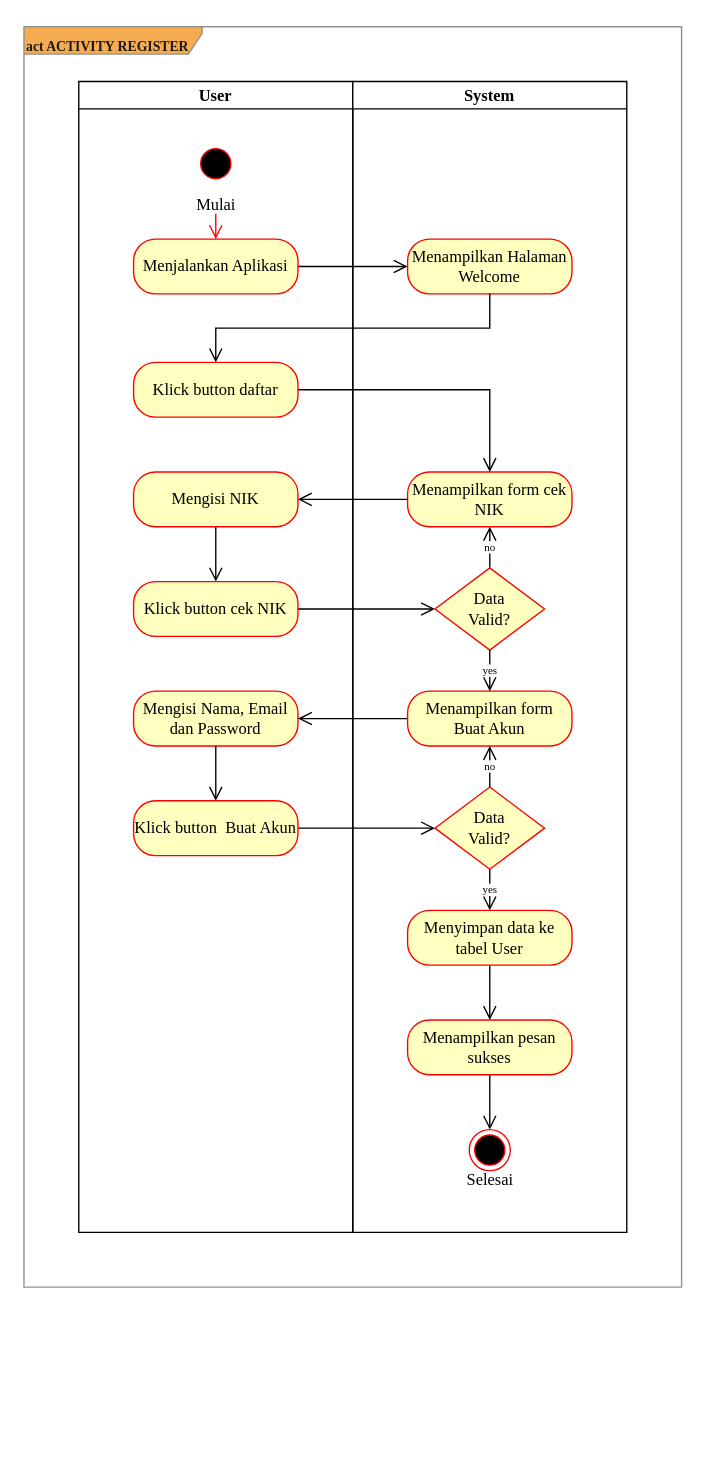
Earlier version of the draw.io diagram page "act-register" (1 of 2) of saga-activity-diagram-register.drawio (AkbarMarunduri/Saga-Diagram). Source tidied: cells renumbered, new cells numbered last; positions are measured from the earlier drawing's top-left corner, leaving out a move shared by most shapes. Both pictures are drawn from the tidied source at 137%, with x=0, y=0 at pixel (23, 26).
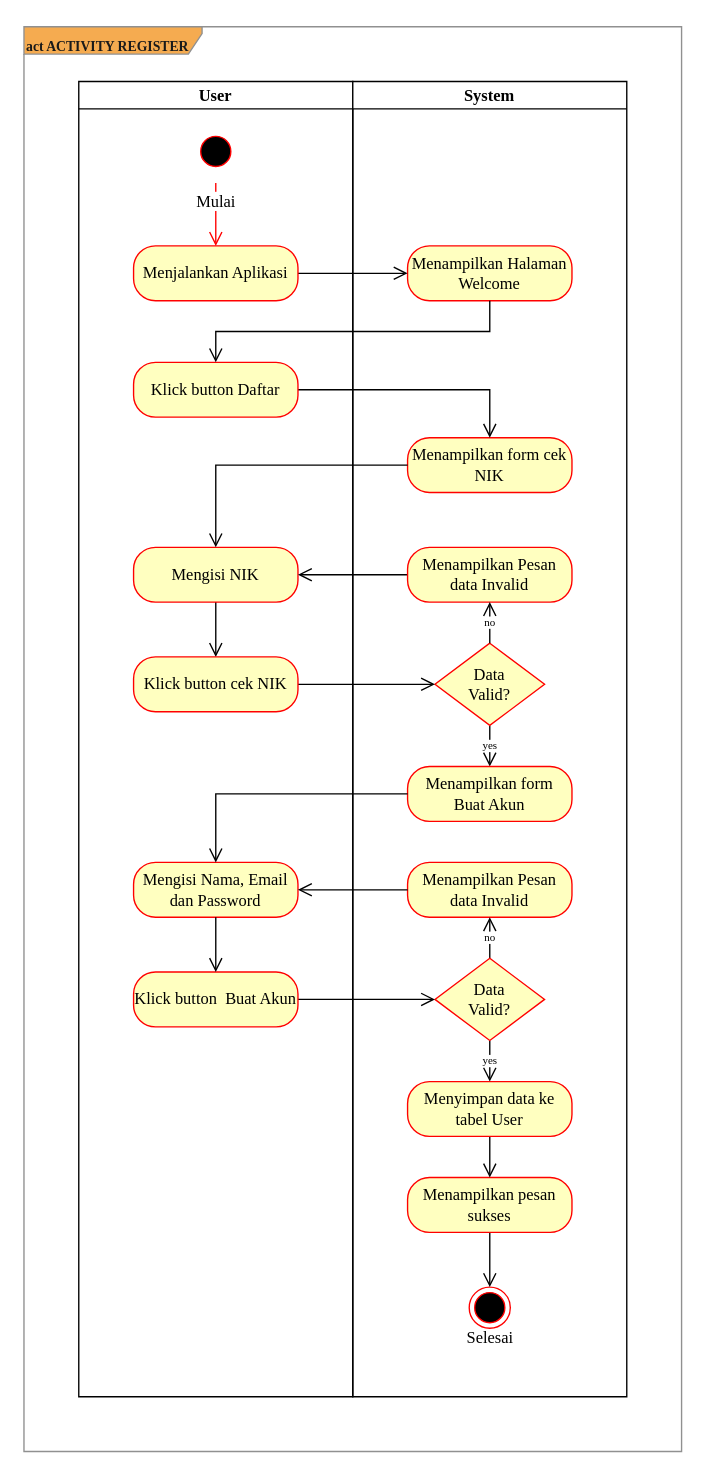
Above is the later version.

The edit, as a diff of the source:
```diff
@@
     <mxCell id="2" value="&lt;font size=&quot;1&quot;&gt;&lt;b&gt;act ACTIVITY REGISTER&lt;/b&gt;&lt;/font&gt;" style="shape=umlFrame;whiteSpace=wrap;html=1;hachureGap=4;fontFamily=Times New Roman;fontSize=20;width=130;height=20;fillColor=#F5AB50;strokeColor=#909090;fontColor=#1A1A1A;align=left;" parent="1" vertex="1">
-      <mxGeometry width="480" height="920" as="geometry" />
+      <mxGeometry width="480" height="1040" as="geometry" />
     </mxCell>
     <mxCell id="3" value="User" style="swimlane;startSize=20;hachureGap=4;fontFamily=Times New Roman;fontSize=12;align=center;" parent="1" vertex="1">
-      <mxGeometry x="40" y="40" width="200" height="840" as="geometry" />
+      <mxGeometry x="40" y="40" width="200" height="960" as="geometry" />
     </mxCell>
     <mxCell id="4" style="ellipse;html=1;shape=startState;fillColor=#000000;strokeColor=#ff0000;hachureGap=4;fontFamily=Times New Roman;fontSize=12;align=center;" parent="3" vertex="1">
-      <mxGeometry x="85" y="45" width="30" height="30" as="geometry" />
+      <mxGeometry x="85" y="36" width="30" height="30" as="geometry" />
     </mxCell>
-    <mxCell id="5" value="Mengisi Nama, Email dan Password" style="rounded=1;whiteSpace=wrap;html=1;arcSize=40;fontColor=#000000;fillColor=#ffffc0;strokeColor=#ff0000;hachureGap=4;fontFamily=Times New Roman;fontSize=12;align=center;" parent="3" vertex="1">
-      <mxGeometry x="40" y="445" width="120" height="40" as="geometry" />
-    </mxCell>
     <mxCell id="6" value="System" style="swimlane;startSize=20;hachureGap=4;fontFamily=Times New Roman;fontSize=12;align=center;" parent="1" vertex="1">
-      <mxGeometry x="240" y="40" width="200" height="840" as="geometry" />
+      <mxGeometry x="240" y="40" width="200" height="960" as="geometry" />
     </mxCell>
     <mxCell id="7" value="Menampilkan Halaman Welcome" style="rounded=1;whiteSpace=wrap;html=1;arcSize=40;fontColor=#000000;fillColor=#ffffc0;strokeColor=#ff0000;hachureGap=4;fontFamily=Times New Roman;fontSize=12;align=center;" parent="6" vertex="1">
-      <mxGeometry x="40" y="115" width="120" height="40" as="geometry" />
+      <mxGeometry x="40" y="120" width="120" height="40" as="geometry" />
     </mxCell>
     <mxCell id="8" value="Menampilkan form cek NIK" style="rounded=1;whiteSpace=wrap;html=1;arcSize=40;fontColor=#000000;fillColor=#ffffc0;strokeColor=#ff0000;hachureGap=4;fontFamily=Times New Roman;fontSize=12;align=center;" parent="6" vertex="1">
-      <mxGeometry x="40" y="285" width="120" height="40" as="geometry" />
+      <mxGeometry x="40" y="260" width="120" height="40" as="geometry" />
     </mxCell>
-    <mxCell id="9" value="no" style="edgeStyle=orthogonalEdgeStyle;rounded=0;hachureGap=4;jettySize=auto;html=1;exitX=0.5;exitY=0;exitDx=0;exitDy=0;entryX=0.5;entryY=1;entryDx=0;entryDy=0;fontFamily=Times New Roman;fontSize=8;endArrow=open;startSize=14;endSize=8;sourcePerimeterSpacing=8;targetPerimeterSpacing=8;" parent="6" edge="1" source="10" target="8">
-      <mxGeometry relative="1" as="geometry" />
-    </mxCell>
+    <mxCell id="32" value="yes" style="edgeStyle=orthogonalEdgeStyle;rounded=0;hachureGap=4;jettySize=auto;html=1;exitX=0.5;exitY=1;exitDx=0;exitDy=0;entryX=0.5;entryY=0;entryDx=0;entryDy=0;fontFamily=Times New Roman;fontSize=8;endArrow=open;startSize=14;endSize=8;sourcePerimeterSpacing=8;targetPerimeterSpacing=8;" parent="6" edge="1" source="10" target="24">
+      <mxGeometry relative="1" as="geometry" />
+    </mxCell>
     <mxCell id="10" value="Data &lt;br&gt;Valid?" style="rhombus;whiteSpace=wrap;html=1;fillColor=#ffffc0;strokeColor=#ff0000;hachureGap=4;fontFamily=Times New Roman;fontSize=12;align=center;" parent="6" vertex="1">
-      <mxGeometry x="60" y="355" width="80" height="60" as="geometry" />
+      <mxGeometry x="60" y="410" width="80" height="60" as="geometry" />
     </mxCell>
-    <mxCell id="11" value="Data &lt;br&gt;Valid?" style="rhombus;whiteSpace=wrap;html=1;fillColor=#ffffc0;strokeColor=#ff0000;hachureGap=4;fontFamily=Times New Roman;fontSize=12;align=center;" parent="6" vertex="1">
-      <mxGeometry x="60" y="515" width="80" height="60" as="geometry" />
-    </mxCell>
-    <mxCell id="12" style="edgeStyle=orthogonalEdgeStyle;rounded=0;hachureGap=4;jettySize=auto;html=1;exitX=0.5;exitY=1;exitDx=0;exitDy=0;entryX=0.5;entryY=0;entryDx=0;entryDy=0;fontFamily=Times New Roman;fontSize=8;endArrow=open;startSize=14;endSize=8;sourcePerimeterSpacing=8;targetPerimeterSpacing=8;" parent="6" edge="1" source="13" target="14">
-      <mxGeometry relative="1" as="geometry" />
-    </mxCell>
-    <mxCell id="13" value="Menampilkan pesan sukses" style="rounded=1;whiteSpace=wrap;html=1;arcSize=40;fontColor=#000000;fillColor=#ffffc0;strokeColor=#ff0000;hachureGap=4;fontFamily=Times New Roman;fontSize=12;align=center;" parent="6" vertex="1">
-      <mxGeometry x="40" y="685" width="120" height="40" as="geometry" />
-    </mxCell>
+    <mxCell id="24" value="Menampilkan form Buat Akun" style="rounded=1;whiteSpace=wrap;html=1;arcSize=40;fontColor=#000000;fillColor=#ffffc0;strokeColor=#ff0000;hachureGap=4;fontFamily=Times New Roman;fontSize=12;align=center;" parent="6" vertex="1">
+      <mxGeometry x="40" y="500" width="120" height="40" as="geometry" />
+    </mxCell>
+    <mxCell id="36" value="Menampilkan Pesan data Invalid" style="rounded=1;whiteSpace=wrap;html=1;arcSize=40;fontColor=#000000;fillColor=#ffffc0;strokeColor=#ff0000;hachureGap=4;fontFamily=Times New Roman;fontSize=12;align=center;" parent="6" vertex="1">
+      <mxGeometry x="40" y="570" width="120" height="40" as="geometry" />
+    </mxCell>
     <mxCell id="14" value="&lt;br&gt;&lt;br&gt;&lt;br&gt;Selesai" style="ellipse;html=1;shape=endState;fillColor=#000000;strokeColor=#ff0000;hachureGap=4;fontFamily=Times New Roman;fontSize=12;align=center;" parent="6" vertex="1">
-      <mxGeometry x="85" y="765" width="30" height="30" as="geometry" />
+      <mxGeometry x="85" y="880" width="30" height="30" as="geometry" />
     </mxCell>
@@
     <mxCell id="16" value="Menjalankan Aplikasi" style="rounded=1;whiteSpace=wrap;html=1;arcSize=40;fontColor=#000000;fillColor=#ffffc0;strokeColor=#ff0000;hachureGap=4;fontFamily=Times New Roman;fontSize=12;align=center;" parent="1" vertex="1">
-      <mxGeometry x="80" y="155" width="120" height="40" as="geometry" />
+      <mxGeometry x="80" y="160" width="120" height="40" as="geometry" />
     </mxCell>
@@
-    <mxCell id="18" value="Klick button daftar" style="rounded=1;whiteSpace=wrap;html=1;arcSize=40;fontColor=#000000;fillColor=#ffffc0;strokeColor=#ff0000;hachureGap=4;fontFamily=Times New Roman;fontSize=12;align=center;" parent="1" vertex="1">
+    <mxCell id="18" value="Klick button Daftar" style="rounded=1;whiteSpace=wrap;html=1;arcSize=40;fontColor=#000000;fillColor=#ffffc0;strokeColor=#ff0000;hachureGap=4;fontFamily=Times New Roman;fontSize=12;align=center;" parent="1" vertex="1">
       <mxGeometry x="80" y="245" width="120" height="40" as="geometry" />
     </mxCell>
@@
     <mxCell id="20" value="Mengisi NIK" style="rounded=1;whiteSpace=wrap;html=1;arcSize=40;fontColor=#000000;fillColor=#ffffc0;strokeColor=#ff0000;hachureGap=4;fontFamily=Times New Roman;fontSize=12;align=center;" parent="1" vertex="1">
-      <mxGeometry x="80" y="325" width="120" height="40" as="geometry" />
+      <mxGeometry x="80" y="380" width="120" height="40" as="geometry" />
     </mxCell>
@@
     <mxCell id="22" value="Klick button&amp;nbsp;cek NIK" style="rounded=1;whiteSpace=wrap;html=1;arcSize=40;fontColor=#000000;fillColor=#ffffc0;strokeColor=#ff0000;hachureGap=4;fontFamily=Times New Roman;fontSize=12;align=center;" parent="1" vertex="1">
-      <mxGeometry x="80" y="405" width="120" height="40" as="geometry" />
+      <mxGeometry x="80" y="460" width="120" height="40" as="geometry" />
     </mxCell>
-    <mxCell id="23" style="edgeStyle=orthogonalEdgeStyle;rounded=0;hachureGap=4;jettySize=auto;html=1;exitX=0;exitY=0.5;exitDx=0;exitDy=0;entryX=1;entryY=0.5;entryDx=0;entryDy=0;fontFamily=Times New Roman;fontSize=8;endArrow=open;startSize=14;endSize=8;sourcePerimeterSpacing=8;targetPerimeterSpacing=8;" parent="1" edge="1" source="24" target="5">
-      <mxGeometry relative="1" as="geometry" />
-    </mxCell>
-    <mxCell id="24" value="Menampilkan form Buat Akun" style="rounded=1;whiteSpace=wrap;html=1;arcSize=40;fontColor=#000000;fillColor=#ffffc0;strokeColor=#ff0000;hachureGap=4;fontFamily=Times New Roman;fontSize=12;align=center;" parent="1" vertex="1">
-      <mxGeometry x="280" y="485" width="120" height="40" as="geometry" />
-    </mxCell>
+    <mxCell id="29" value="Mulai" style="edgeStyle=orthogonalEdgeStyle;html=1;verticalAlign=bottom;endArrow=open;endSize=8;strokeColor=#ff0000;rounded=0;hachureGap=4;fontFamily=Times New Roman;fontSize=12;sourcePerimeterSpacing=8;targetPerimeterSpacing=8;curved=1;entryX=0.5;entryY=0;entryDx=0;entryDy=0;" parent="1" edge="1" source="4" target="16">
+      <mxGeometry relative="1" as="geometry" />
+    </mxCell>
+    <mxCell id="30" style="edgeStyle=orthogonalEdgeStyle;rounded=0;hachureGap=4;jettySize=auto;html=1;exitX=0.5;exitY=1;exitDx=0;exitDy=0;entryX=0.5;entryY=0;entryDx=0;entryDy=0;fontFamily=Times New Roman;fontSize=8;endArrow=open;startSize=14;endSize=8;sourcePerimeterSpacing=8;targetPerimeterSpacing=8;" parent="1" edge="1" source="7" target="18">
+      <mxGeometry relative="1" as="geometry" />
+    </mxCell>
+    <mxCell id="5" value="Mengisi Nama, Email dan Password" style="rounded=1;whiteSpace=wrap;html=1;arcSize=40;fontColor=#000000;fillColor=#ffffc0;strokeColor=#ff0000;hachureGap=4;fontFamily=Times New Roman;fontSize=12;align=center;" parent="1" vertex="1">
+      <mxGeometry x="80" y="610" width="120" height="40" as="geometry" />
+    </mxCell>
+    <mxCell id="37" value="no" style="edgeStyle=orthogonalEdgeStyle;rounded=0;hachureGap=4;jettySize=auto;html=1;exitX=0.5;exitY=0;exitDx=0;exitDy=0;entryX=0.5;entryY=1;entryDx=0;entryDy=0;fontFamily=Times New Roman;fontSize=8;endArrow=open;startSize=14;endSize=8;sourcePerimeterSpacing=8;targetPerimeterSpacing=8;" parent="1" edge="1" source="11" target="36">
+      <mxGeometry relative="1" as="geometry" />
+    </mxCell>
+    <mxCell id="35" value="yes" style="edgeStyle=orthogonalEdgeStyle;rounded=0;hachureGap=4;jettySize=auto;html=1;exitX=0.5;exitY=1;exitDx=0;exitDy=0;entryX=0.5;entryY=0;entryDx=0;entryDy=0;fontFamily=Times New Roman;fontSize=8;endArrow=open;startSize=14;endSize=8;sourcePerimeterSpacing=8;targetPerimeterSpacing=8;" parent="1" edge="1" source="11" target="28">
+      <mxGeometry relative="1" as="geometry" />
+    </mxCell>
+    <mxCell id="11" value="Data &lt;br&gt;Valid?" style="rhombus;whiteSpace=wrap;html=1;fillColor=#ffffc0;strokeColor=#ff0000;hachureGap=4;fontFamily=Times New Roman;fontSize=12;align=center;" parent="1" vertex="1">
+      <mxGeometry x="300" y="680" width="80" height="60" as="geometry" />
+    </mxCell>
+    <mxCell id="12" style="edgeStyle=orthogonalEdgeStyle;rounded=0;hachureGap=4;jettySize=auto;html=1;exitX=0.5;exitY=1;exitDx=0;exitDy=0;entryX=0.5;entryY=0;entryDx=0;entryDy=0;fontFamily=Times New Roman;fontSize=8;endArrow=open;startSize=14;endSize=8;sourcePerimeterSpacing=8;targetPerimeterSpacing=8;" parent="1" edge="1" source="13" target="14">
+      <mxGeometry relative="1" as="geometry" />
+    </mxCell>
+    <mxCell id="13" value="Menampilkan pesan sukses" style="rounded=1;whiteSpace=wrap;html=1;arcSize=40;fontColor=#000000;fillColor=#ffffc0;strokeColor=#ff0000;hachureGap=4;fontFamily=Times New Roman;fontSize=12;align=center;" parent="1" vertex="1">
+      <mxGeometry x="280" y="840" width="120" height="40" as="geometry" />
+    </mxCell>
@@
     <mxCell id="26" value="Klick button&amp;nbsp; Buat Akun" style="rounded=1;whiteSpace=wrap;html=1;arcSize=40;fontColor=#000000;fillColor=#ffffc0;strokeColor=#ff0000;hachureGap=4;fontFamily=Times New Roman;fontSize=12;align=center;" parent="1" vertex="1">
-      <mxGeometry x="80" y="565" width="120" height="40" as="geometry" />
+      <mxGeometry x="80" y="690" width="120" height="40" as="geometry" />
     </mxCell>
@@
     <mxCell id="28" value="Menyimpan data ke tabel User" style="rounded=1;whiteSpace=wrap;html=1;arcSize=40;fontColor=#000000;fillColor=#ffffc0;strokeColor=#ff0000;hachureGap=4;fontFamily=Times New Roman;fontSize=12;align=center;" parent="1" vertex="1">
-      <mxGeometry x="280" y="645" width="120" height="40" as="geometry" />
+      <mxGeometry x="280" y="770" width="120" height="40" as="geometry" />
     </mxCell>
-    <mxCell id="29" value="Mulai" style="edgeStyle=orthogonalEdgeStyle;html=1;verticalAlign=bottom;endArrow=open;endSize=8;strokeColor=#ff0000;rounded=0;hachureGap=4;fontFamily=Times New Roman;fontSize=12;sourcePerimeterSpacing=8;targetPerimeterSpacing=8;curved=1;entryX=0.5;entryY=0;entryDx=0;entryDy=0;" parent="1" edge="1" source="4" target="16">
-      <mxGeometry relative="1" as="geometry" />
-    </mxCell>
-    <mxCell id="30" style="edgeStyle=orthogonalEdgeStyle;rounded=0;hachureGap=4;jettySize=auto;html=1;exitX=0.5;exitY=1;exitDx=0;exitDy=0;entryX=0.5;entryY=0;entryDx=0;entryDy=0;fontFamily=Times New Roman;fontSize=8;endArrow=open;startSize=14;endSize=8;sourcePerimeterSpacing=8;targetPerimeterSpacing=8;" parent="1" edge="1" source="7" target="18">
-      <mxGeometry relative="1" as="geometry" />
-    </mxCell>
+    <mxCell id="33" style="edgeStyle=orthogonalEdgeStyle;rounded=0;hachureGap=4;jettySize=auto;html=1;exitX=0.5;exitY=1;exitDx=0;exitDy=0;entryX=0.5;entryY=0;entryDx=0;entryDy=0;fontFamily=Times New Roman;fontSize=8;endArrow=open;startSize=14;endSize=8;sourcePerimeterSpacing=8;targetPerimeterSpacing=8;" parent="1" edge="1" source="5" target="26">
+      <mxGeometry relative="1" as="geometry" />
+    </mxCell>
+    <mxCell id="38" style="edgeStyle=orthogonalEdgeStyle;rounded=0;hachureGap=4;jettySize=auto;html=1;exitX=0;exitY=0.5;exitDx=0;exitDy=0;entryX=1;entryY=0.5;entryDx=0;entryDy=0;fontFamily=Times New Roman;fontSize=8;endArrow=open;startSize=14;endSize=8;sourcePerimeterSpacing=8;targetPerimeterSpacing=8;" parent="1" edge="1" source="39" target="20">
+      <mxGeometry relative="1" as="geometry" />
+    </mxCell>
+    <mxCell id="39" value="Menampilkan Pesan data Invalid" style="rounded=1;whiteSpace=wrap;html=1;arcSize=40;fontColor=#000000;fillColor=#ffffc0;strokeColor=#ff0000;hachureGap=4;fontFamily=Times New Roman;fontSize=12;align=center;" parent="1" vertex="1">
+      <mxGeometry x="280" y="380" width="120" height="40" as="geometry" />
+    </mxCell>
-    <mxCell id="31" style="edgeStyle=orthogonalEdgeStyle;rounded=0;hachureGap=4;jettySize=auto;html=1;exitX=0;exitY=0.5;exitDx=0;exitDy=0;entryX=1;entryY=0.5;entryDx=0;entryDy=0;fontFamily=Times New Roman;fontSize=8;endArrow=open;startSize=14;endSize=8;sourcePerimeterSpacing=8;targetPerimeterSpacing=8;" parent="1" edge="1" source="8" target="20">
+    <mxCell id="31" style="edgeStyle=orthogonalEdgeStyle;rounded=0;hachureGap=4;jettySize=auto;html=1;exitX=0;exitY=0.5;exitDx=0;exitDy=0;entryX=0.5;entryY=0;entryDx=0;entryDy=0;fontFamily=Times New Roman;fontSize=8;endArrow=open;startSize=14;endSize=8;sourcePerimeterSpacing=8;targetPerimeterSpacing=8;" parent="1" edge="1" source="8" target="20">
       <mxGeometry relative="1" as="geometry" />
     </mxCell>
-    <mxCell id="32" value="yes" style="edgeStyle=orthogonalEdgeStyle;rounded=0;hachureGap=4;jettySize=auto;html=1;exitX=0.5;exitY=1;exitDx=0;exitDy=0;entryX=0.5;entryY=0;entryDx=0;entryDy=0;fontFamily=Times New Roman;fontSize=8;endArrow=open;startSize=14;endSize=8;sourcePerimeterSpacing=8;targetPerimeterSpacing=8;" parent="1" edge="1" source="10" target="24">
-      <mxGeometry relative="1" as="geometry" />
-    </mxCell>
-    <mxCell id="33" style="edgeStyle=orthogonalEdgeStyle;rounded=0;hachureGap=4;jettySize=auto;html=1;exitX=0.5;exitY=1;exitDx=0;exitDy=0;entryX=0.5;entryY=0;entryDx=0;entryDy=0;fontFamily=Times New Roman;fontSize=8;endArrow=open;startSize=14;endSize=8;sourcePerimeterSpacing=8;targetPerimeterSpacing=8;" parent="1" edge="1" source="5" target="26">
-      <mxGeometry relative="1" as="geometry" />
-    </mxCell>
-    <mxCell id="34" value="no" style="edgeStyle=orthogonalEdgeStyle;rounded=0;hachureGap=4;jettySize=auto;html=1;exitX=0.5;exitY=0;exitDx=0;exitDy=0;entryX=0.5;entryY=1;entryDx=0;entryDy=0;fontFamily=Times New Roman;fontSize=8;endArrow=open;startSize=14;endSize=8;sourcePerimeterSpacing=8;targetPerimeterSpacing=8;" parent="1" edge="1" source="11" target="24">
-      <mxGeometry relative="1" as="geometry" />
-    </mxCell>
-    <mxCell id="35" value="yes" style="edgeStyle=orthogonalEdgeStyle;rounded=0;hachureGap=4;jettySize=auto;html=1;exitX=0.5;exitY=1;exitDx=0;exitDy=0;entryX=0.5;entryY=0;entryDx=0;entryDy=0;fontFamily=Times New Roman;fontSize=8;endArrow=open;startSize=14;endSize=8;sourcePerimeterSpacing=8;targetPerimeterSpacing=8;" parent="1" edge="1" source="11" target="28">
-      <mxGeometry relative="1" as="geometry" />
-    </mxCell>
+    <mxCell id="40" value="no" style="edgeStyle=orthogonalEdgeStyle;rounded=0;hachureGap=4;jettySize=auto;html=1;exitX=0.5;exitY=0;exitDx=0;exitDy=0;entryX=0.5;entryY=1;entryDx=0;entryDy=0;fontFamily=Times New Roman;fontSize=8;endArrow=open;startSize=14;endSize=8;sourcePerimeterSpacing=8;targetPerimeterSpacing=8;" parent="1" edge="1" source="10" target="39">
+      <mxGeometry relative="1" as="geometry" />
+    </mxCell>
+    <mxCell id="23" style="edgeStyle=orthogonalEdgeStyle;rounded=0;hachureGap=4;jettySize=auto;html=1;exitX=0;exitY=0.5;exitDx=0;exitDy=0;entryX=0.5;entryY=0;entryDx=0;entryDy=0;fontFamily=Times New Roman;fontSize=8;endArrow=open;startSize=14;endSize=8;sourcePerimeterSpacing=8;targetPerimeterSpacing=8;" parent="1" edge="1" source="24" target="5">
+      <mxGeometry relative="1" as="geometry" />
+    </mxCell>
+    <mxCell id="41" style="edgeStyle=orthogonalEdgeStyle;rounded=0;hachureGap=4;jettySize=auto;html=1;exitX=0;exitY=0.5;exitDx=0;exitDy=0;entryX=1;entryY=0.5;entryDx=0;entryDy=0;fontFamily=Times New Roman;fontSize=8;endArrow=open;startSize=14;endSize=8;sourcePerimeterSpacing=8;targetPerimeterSpacing=8;" parent="1" edge="1" source="36" target="5">
+      <mxGeometry relative="1" as="geometry" />
+    </mxCell>
```
